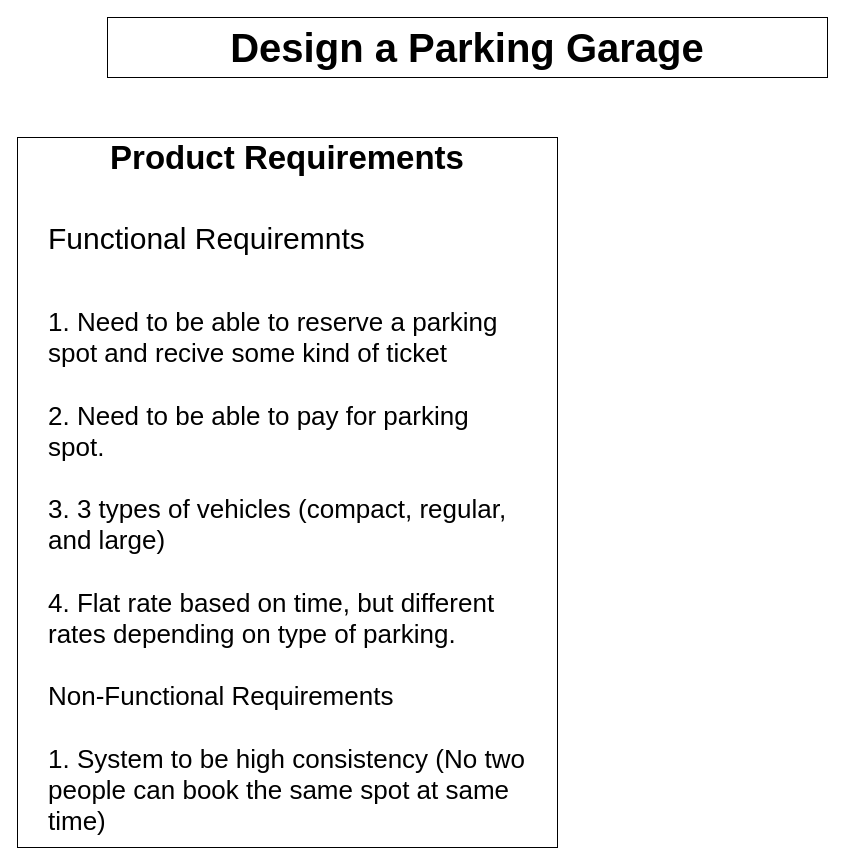
raj713335/System_Design_Masterclass keeps this draw.io diagram as page "Requirements" (1 of 6) of Data/Draw.io/Design a Parking Garage.drawio. Above is the earlier version. Source tidied: cells renumbered, new cells numbered last; positions are measured from the earlier drawing's top-left corner, leaving out a move shared by most shapes. Both pictures are drawn from the tidied source at 100%, with x=0, y=0 at pixel (17, 17).
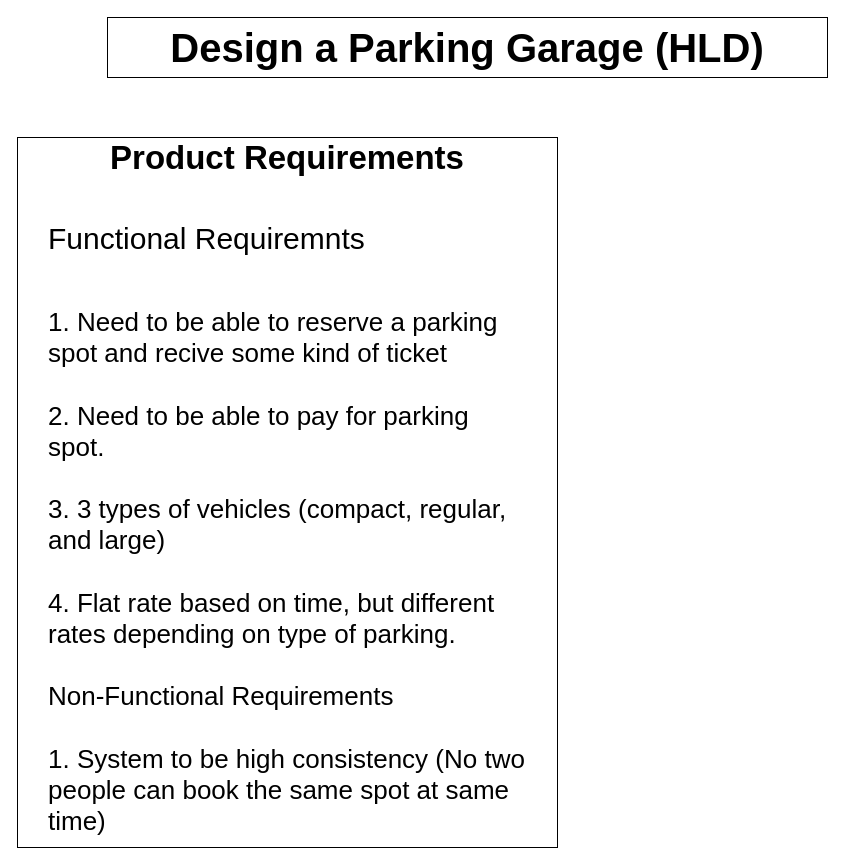
The same page after the edit.

Change to the diagram source:
```diff
@@
 <mxGraphModel>
   <root>
     <mxCell id="0" />
     <mxCell id="1" parent="0" />
-    <mxCell id="2" value="&lt;font style=&quot;font-size: 40px;&quot;&gt;&lt;b&gt;Design a Parking Garage&lt;/b&gt;&lt;/font&gt;" style="rounded=0;whiteSpace=wrap;html=1;" parent="1" vertex="1">
+    <mxCell id="2" value="&lt;font style=&quot;font-size: 40px;&quot;&gt;&lt;b&gt;Design a Parking Garage (HLD)&lt;/b&gt;&lt;/font&gt;" style="rounded=0;whiteSpace=wrap;html=1;" parent="1" vertex="1">
       <mxGeometry x="90" width="720" height="60" as="geometry" />
     </mxCell>
     <mxCell id="3" value="&lt;font style=&quot;&quot;&gt;&lt;br&gt;&lt;/font&gt;" style="rounded=0;whiteSpace=wrap;html=1;" parent="1" vertex="1">
       <mxGeometry y="120" width="540" height="710" as="geometry" />
     </mxCell>
     <mxCell id="4" value="&lt;font style=&quot;font-size: 33px;&quot;&gt;&lt;b&gt;Product Requirements&lt;br&gt;&lt;/b&gt;&lt;/font&gt;&lt;br&gt;&lt;br style=&quot;border-color: var(--border-color); font-size: 30px;&quot;&gt;&lt;br style=&quot;border-color: var(--border-color); font-size: 30px;&quot;&gt;&lt;div style=&quot;text-align: left;&quot;&gt;&lt;span style=&quot;font-size: 30px; background-color: initial;&quot;&gt;Functional Requiremnts&lt;/span&gt;&lt;/div&gt;&lt;div style=&quot;text-align: left;&quot;&gt;&lt;span style=&quot;font-size: 30px; background-color: initial;&quot;&gt;&amp;nbsp;&amp;nbsp;&lt;/span&gt;&lt;/div&gt;&lt;br&gt;&lt;div style=&quot;text-align: left;&quot;&gt;&lt;font style=&quot;font-size: 26px;&quot;&gt;1. Need to be able to reserve a parking spot and recive some kind of ticket&lt;/font&gt;&lt;/div&gt;&lt;div style=&quot;text-align: left;&quot;&gt;&lt;font style=&quot;font-size: 26px;&quot;&gt;&lt;br&gt;&lt;/font&gt;&lt;/div&gt;&lt;div style=&quot;text-align: left;&quot;&gt;&lt;font style=&quot;font-size: 26px;&quot;&gt;2. Need to be able to pay for parking spot.&lt;br&gt;&lt;br&gt;3. 3 types of vehicles (compact, regular, and large)&lt;/font&gt;&lt;/div&gt;&lt;div style=&quot;text-align: left;&quot;&gt;&lt;font style=&quot;font-size: 26px;&quot;&gt;&lt;br&gt;&lt;/font&gt;&lt;/div&gt;&lt;div style=&quot;text-align: left;&quot;&gt;&lt;font style=&quot;font-size: 26px;&quot;&gt;4. Flat rate based on time, but different rates depending on type of parking.&lt;br&gt;&lt;br&gt;Non-Functional Requirements&lt;/font&gt;&lt;/div&gt;&lt;div style=&quot;text-align: left;&quot;&gt;&lt;font style=&quot;font-size: 26px;&quot;&gt;&lt;br&gt;&lt;/font&gt;&lt;/div&gt;&lt;div style=&quot;text-align: left;&quot;&gt;&lt;font style=&quot;font-size: 26px;&quot;&gt;1. System to be high consistency (No two people can book the same spot at same time)&lt;/font&gt;&lt;/div&gt;" style="text;html=1;strokeColor=none;fillColor=none;align=center;verticalAlign=middle;whiteSpace=wrap;rounded=0;" parent="1" vertex="1">
       <mxGeometry x="30" y="290" width="480" height="360" as="geometry" />
     </mxCell>
   </root>
 </mxGraphModel>
```
